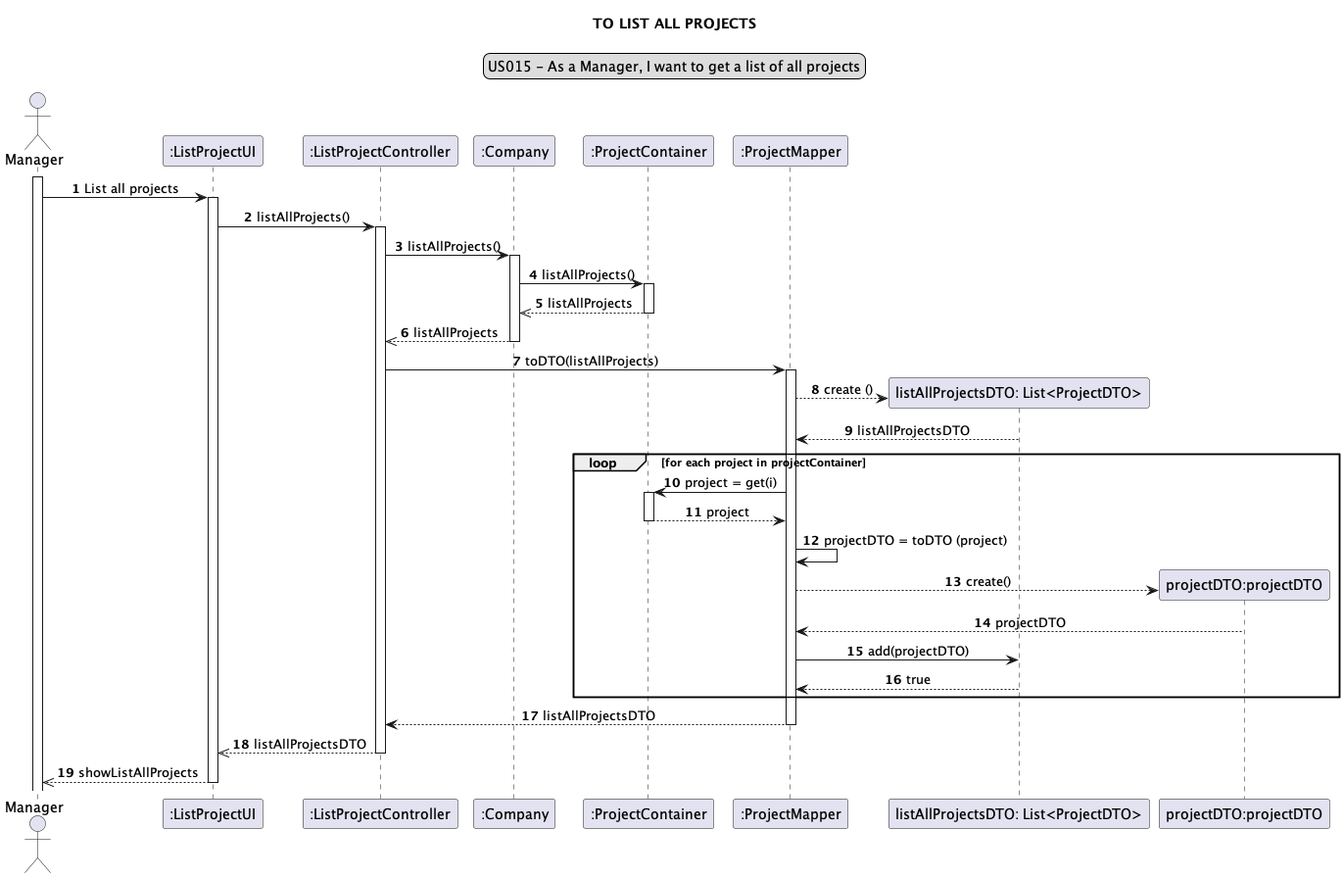
The PlantUML diagram docs/modelling_design/user_stories/us015/US015_sequenceDiagram-TO_LIST_ALL_PROJECTS_V0.png in Loracline/project_switch_22-23, before a commit.
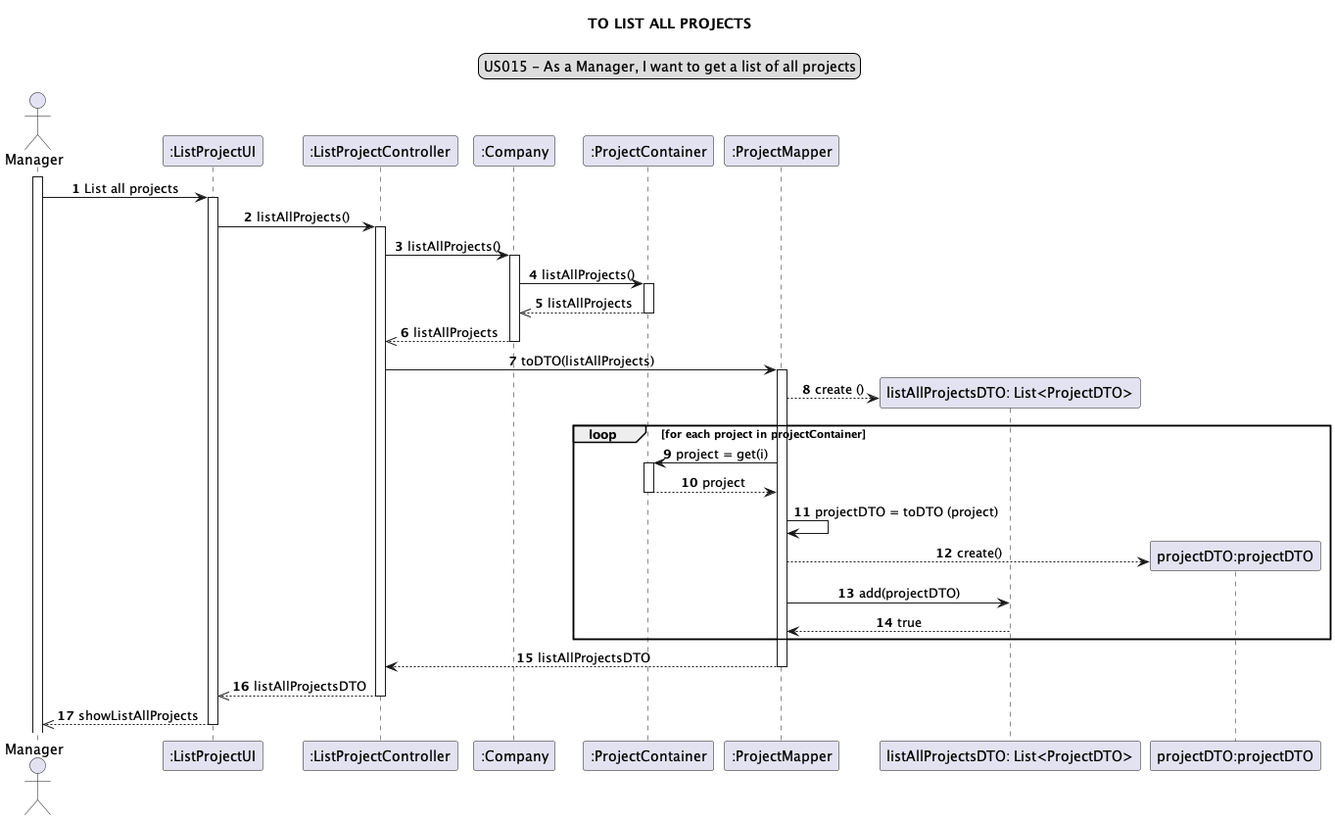
After the change.

Commit message:
US015:Design: refactor of sequence diagram image

Change to the diagram source:
```diff
@@ -30,7 +30,6 @@
 activate mapper
 create list
 mapper --> list: create ()
-list --> mapper: listAllProjectsDTO
 loop for each project in projectContainer
 mapper -> container: project = get(i)
 activate container
@@ -39,7 +38,6 @@
 mapper -> mapper : projectDTO = toDTO (project)
 create DTO
 mapper --> DTO : create()
-DTO --> mapper : projectDTO
 mapper ->list :add(projectDTO)
 list --> mapper : true
 end loop
```
